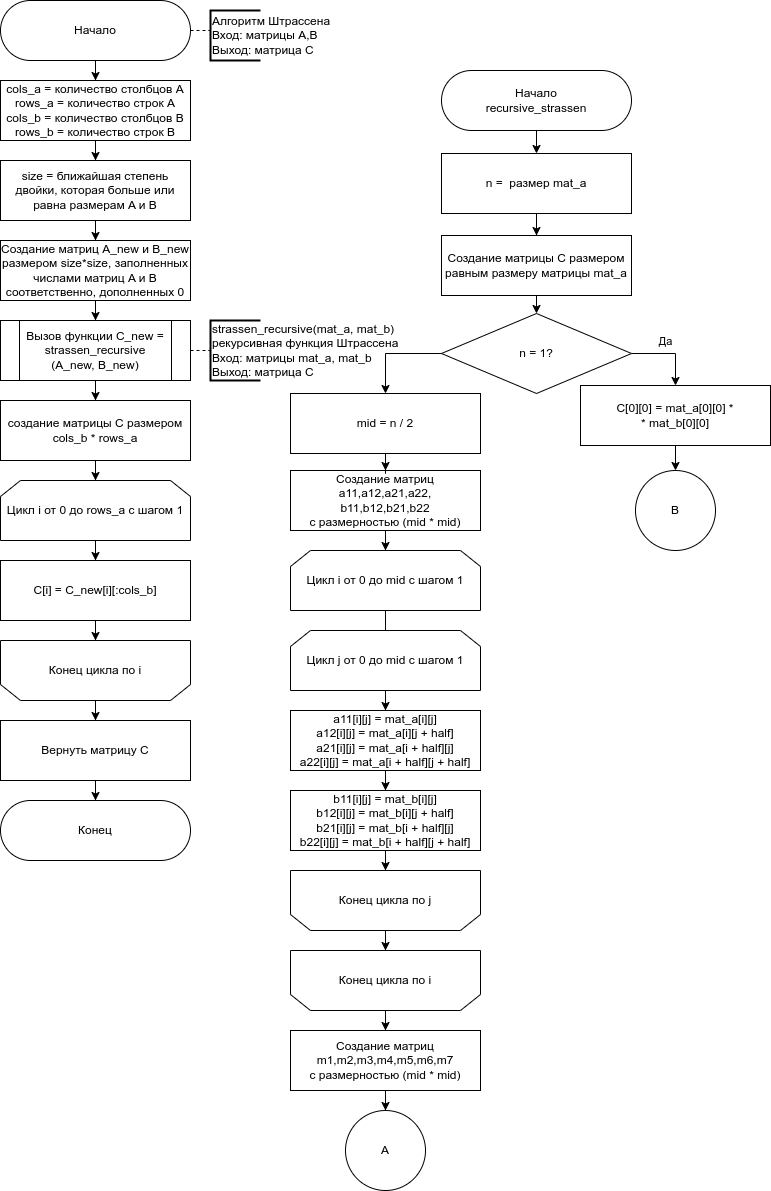
Before: lab_02/docs/img/strassen.png, a diagram exported from draw.io (Ananasiika/bmstu-aa). Source tidied: cells renumbered, new cells last; positions are measured from the earlier drawing's top-left corner, leaving out a move shared by most shapes.
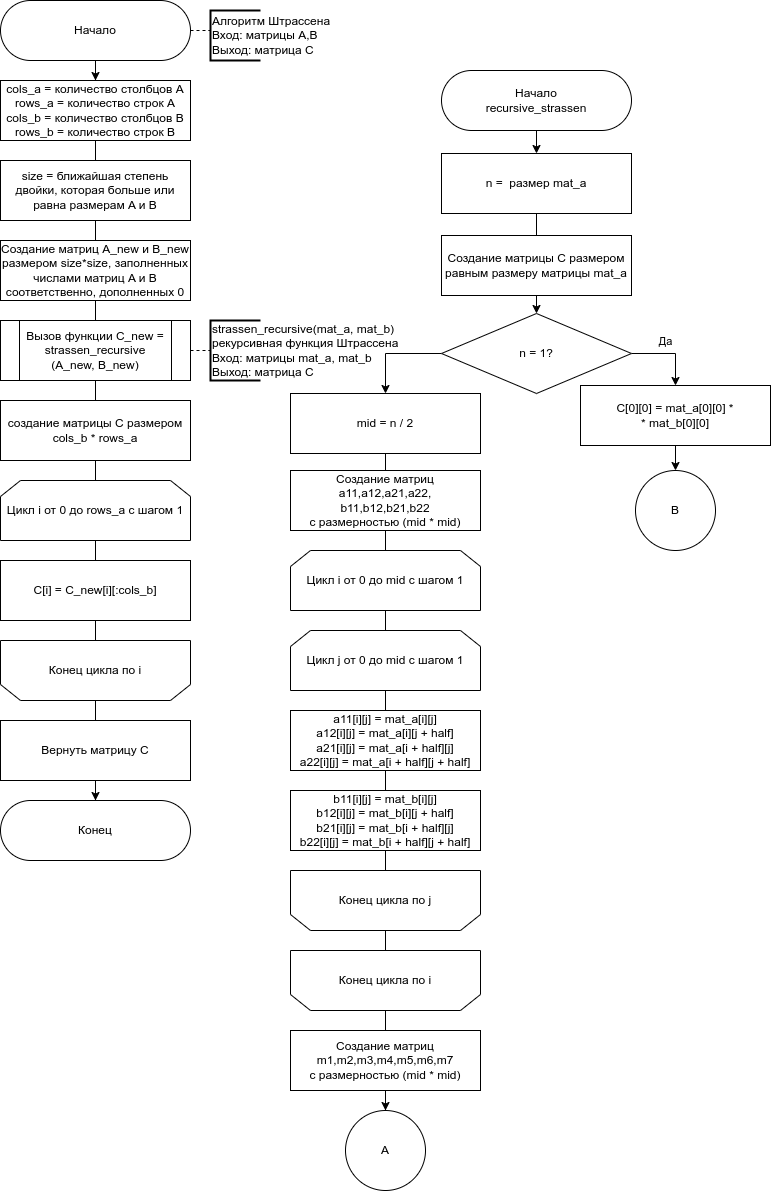
Above is the later version.

What changed in the source:
```diff
@@ -41,7 +41,7 @@
     <mxCell id="12" style="edgeStyle=orthogonalEdgeStyle;rounded=0;jettySize=auto;html=1;endArrow=none;endFill=0;" parent="1" edge="1" source="14" target="16">
       <mxGeometry relative="1" as="geometry" />
     </mxCell>
-    <mxCell id="13" style="edgeStyle=orthogonalEdgeStyle;rounded=0;jettySize=auto;html=1;exitX=0.5;exitY=1;exitDx=0;exitDy=0;" parent="1" edge="1" source="14" target="16">
+    <mxCell id="13" style="endArrow=none;html=1;rounded=0;" parent="1" edge="1" source="14" target="16">
       <mxGeometry relative="1" as="geometry" />
     </mxCell>
     <mxCell id="14" value="Создание матриц a11,a12,a21,a22,&lt;br&gt;b11,b12,b21,b22&lt;br&gt;с размерностью (mid * mid)" style="rounded=0;whiteSpace=wrap;html=1;" parent="1" vertex="1">
@@ -56,7 +56,7 @@
     <mxCell id="17" style="edgeStyle=orthogonalEdgeStyle;rounded=0;jettySize=auto;html=1;endArrow=none;endFill=0;" parent="1" edge="1" source="19" target="22">
       <mxGeometry relative="1" as="geometry" />
     </mxCell>
-    <mxCell id="18" style="edgeStyle=orthogonalEdgeStyle;rounded=0;jettySize=auto;html=1;exitX=0.5;exitY=1;exitDx=0;exitDy=0;" parent="1" edge="1" source="19" target="22">
+    <mxCell id="18" style="endArrow=none;html=1;rounded=0;" parent="1" edge="1" source="19" target="22">
       <mxGeometry relative="1" as="geometry" />
     </mxCell>
     <mxCell id="19" value="Цикл j от 0 до mid с шагом 1" style="shape=loopLimit;whiteSpace=wrap;html=1;flipH=0;flipV=0;" parent="1" vertex="1">
@@ -65,7 +65,7 @@
     <mxCell id="20" style="edgeStyle=orthogonalEdgeStyle;rounded=0;jettySize=auto;html=1;endArrow=none;endFill=0;" parent="1" edge="1" source="22" target="25">
       <mxGeometry relative="1" as="geometry" />
     </mxCell>
-    <mxCell id="21" style="edgeStyle=orthogonalEdgeStyle;rounded=0;jettySize=auto;html=1;exitX=0.5;exitY=1;exitDx=0;exitDy=0;" parent="1" edge="1" source="22" target="25">
+    <mxCell id="21" style="endArrow=none;html=1;rounded=0;" parent="1" edge="1" source="22" target="25">
       <mxGeometry relative="1" as="geometry" />
     </mxCell>
     <mxCell id="22" value="a11[i][j] = mat_a[i][j]&lt;br&gt;a12[i][j] = mat_a[i][j + half]&lt;br&gt;a21[i][j] = mat_a[i + half][j]&lt;br&gt;a22[i][j] = mat_a[i + half][j + half]" style="rounded=0;whiteSpace=wrap;html=1;" parent="1" vertex="1">
@@ -74,7 +74,7 @@
     <mxCell id="23" style="edgeStyle=orthogonalEdgeStyle;rounded=0;jettySize=auto;html=1;endArrow=none;endFill=0;" parent="1" edge="1" source="25" target="28">
       <mxGeometry relative="1" as="geometry" />
     </mxCell>
-    <mxCell id="24" style="edgeStyle=orthogonalEdgeStyle;rounded=0;jettySize=auto;html=1;exitX=0.5;exitY=1;exitDx=0;exitDy=0;" parent="1" edge="1" source="25" target="28">
+    <mxCell id="24" style="endArrow=none;html=1;rounded=0;" parent="1" edge="1" source="25" target="28">
       <mxGeometry relative="1" as="geometry" />
     </mxCell>
     <mxCell id="25" value="b11[i][j] = mat_b[i][j]&lt;br&gt;b12[i][j] = mat_b[i][j + half]&lt;br&gt;b21[i][j] = mat_b[i + half][j]&lt;br&gt;b22[i][j] = mat_b[i + half][j + half]" style="rounded=0;whiteSpace=wrap;html=1;" parent="1" vertex="1">
@@ -83,13 +83,13 @@
     <mxCell id="26" style="edgeStyle=orthogonalEdgeStyle;rounded=0;jettySize=auto;html=1;endArrow=none;endFill=0;" parent="1" edge="1" source="28" target="30">
       <mxGeometry relative="1" as="geometry" />
     </mxCell>
-    <mxCell id="27" style="edgeStyle=orthogonalEdgeStyle;rounded=0;jettySize=auto;html=1;exitX=0.5;exitY=1;exitDx=0;exitDy=0;" parent="1" edge="1" source="28" target="30">
+    <mxCell id="27" style="endArrow=none;html=1;rounded=0;" parent="1" edge="1" source="28" target="30">
       <mxGeometry relative="1" as="geometry" />
     </mxCell>
     <mxCell id="28" value="Конец цикла по j" style="shape=loopLimit;whiteSpace=wrap;html=1;flipH=0;flipV=1;" parent="1" vertex="1">
       <mxGeometry x="290" y="870" width="190" height="60" as="geometry" />
     </mxCell>
-    <mxCell id="29" style="edgeStyle=orthogonalEdgeStyle;rounded=0;jettySize=auto;html=1;exitX=0.5;exitY=1;exitDx=0;exitDy=0;" parent="1" edge="1" source="30" target="67">
+    <mxCell id="29" style="endArrow=none;html=1;rounded=0;" parent="1" edge="1" source="30" target="67">
       <mxGeometry relative="1" as="geometry" />
     </mxCell>
     <mxCell id="30" value="Конец цикла по i" style="shape=loopLimit;whiteSpace=wrap;html=1;flipH=0;flipV=1;" parent="1" vertex="1">
@@ -110,49 +110,49 @@
     <mxCell id="35" value="Конец" style="rounded=1;whiteSpace=wrap;html=1;arcSize=50;" parent="1" vertex="1">
       <mxGeometry y="800" width="190" height="60" as="geometry" />
     </mxCell>
-    <mxCell id="36" style="edgeStyle=orthogonalEdgeStyle;rounded=0;jettySize=auto;html=1;exitX=0.5;exitY=1;exitDx=0;exitDy=0;" parent="1" edge="1" source="37" target="39">
+    <mxCell id="36" style="endArrow=none;html=1;rounded=0;" parent="1" edge="1" source="37" target="39">
       <mxGeometry relative="1" as="geometry" />
     </mxCell>
     <mxCell id="37" value="cols_a = количество столбцов A&lt;br style=&quot;border-color: var(--border-color);&quot;&gt;&lt;span style=&quot;&quot;&gt;rows_a = количество строк A&lt;/span&gt;&lt;br style=&quot;border-color: var(--border-color);&quot;&gt;&lt;span style=&quot;&quot;&gt;cols_b = количество столбцов B&lt;br&gt;rows_b = количество строк B&lt;br&gt;&lt;/span&gt;" style="rounded=0;whiteSpace=wrap;html=1;" parent="1" vertex="1">
       <mxGeometry y="80" width="190" height="60" as="geometry" />
     </mxCell>
-    <mxCell id="38" style="edgeStyle=orthogonalEdgeStyle;rounded=0;jettySize=auto;html=1;exitX=0.5;exitY=1;exitDx=0;exitDy=0;" parent="1" edge="1" source="39" target="41">
+    <mxCell id="38" style="endArrow=none;html=1;rounded=0;" parent="1" edge="1" source="39" target="41">
       <mxGeometry relative="1" as="geometry" />
     </mxCell>
     <mxCell id="39" value="&lt;span style=&quot;&quot;&gt;size = ближайшая степень двойки, которая больше или равна размерам A и B&lt;br&gt;&lt;/span&gt;" style="rounded=0;whiteSpace=wrap;html=1;" parent="1" vertex="1">
       <mxGeometry y="160" width="190" height="60" as="geometry" />
     </mxCell>
-    <mxCell id="40" style="edgeStyle=orthogonalEdgeStyle;rounded=0;jettySize=auto;html=1;exitX=0.5;exitY=1;exitDx=0;exitDy=0;" parent="1" edge="1" source="41" target="43">
+    <mxCell id="40" style="endArrow=none;html=1;rounded=0;" parent="1" edge="1" source="41" target="43">
       <mxGeometry relative="1" as="geometry" />
     </mxCell>
     <mxCell id="41" value="&lt;span style=&quot;&quot;&gt;Создание матриц A_new и B_new размером size*size, заполненных числами матриц A и B соответственно, дополненных 0&lt;br&gt;&lt;/span&gt;" style="rounded=0;whiteSpace=wrap;html=1;" parent="1" vertex="1">
       <mxGeometry y="240" width="190" height="60" as="geometry" />
     </mxCell>
-    <mxCell id="42" style="edgeStyle=orthogonalEdgeStyle;rounded=0;jettySize=auto;html=1;exitX=0.5;exitY=1;exitDx=0;exitDy=0;" parent="1" edge="1" source="43" target="45">
+    <mxCell id="42" style="endArrow=none;html=1;rounded=0;" parent="1" edge="1" source="43" target="45">
       <mxGeometry relative="1" as="geometry" />
     </mxCell>
     <mxCell id="43" value="&lt;span style=&quot;&quot;&gt;Вызов рекурсивной функции C_new = strassen_recursive (A_new, B_new)&lt;br&gt;&lt;/span&gt;" style="rounded=0;whiteSpace=wrap;html=1;" parent="1" vertex="1">
       <mxGeometry y="320" width="190" height="60" as="geometry" />
     </mxCell>
-    <mxCell id="44" style="edgeStyle=orthogonalEdgeStyle;rounded=0;jettySize=auto;html=1;exitX=0.5;exitY=1;exitDx=0;exitDy=0;" parent="1" edge="1" source="45" target="47">
+    <mxCell id="44" style="endArrow=none;html=1;rounded=0;" parent="1" edge="1" source="45" target="47">
       <mxGeometry relative="1" as="geometry" />
     </mxCell>
     <mxCell id="45" value="&lt;span style=&quot;&quot;&gt;создание матрицы C размером cols_b * rows_a&lt;br&gt;&lt;/span&gt;" style="rounded=0;whiteSpace=wrap;html=1;" parent="1" vertex="1">
       <mxGeometry y="400" width="190" height="60" as="geometry" />
     </mxCell>
-    <mxCell id="46" style="edgeStyle=orthogonalEdgeStyle;rounded=0;jettySize=auto;html=1;exitX=0.5;exitY=1;exitDx=0;exitDy=0;" parent="1" edge="1" source="47" target="49">
+    <mxCell id="46" style="endArrow=none;html=1;rounded=0;" parent="1" edge="1" source="47" target="49">
       <mxGeometry relative="1" as="geometry" />
     </mxCell>
     <mxCell id="47" value="Цикл i от 0 до rows_a с шагом 1" style="shape=loopLimit;whiteSpace=wrap;html=1;flipH=0;flipV=0;" parent="1" vertex="1">
       <mxGeometry y="480" width="190" height="60" as="geometry" />
     </mxCell>
-    <mxCell id="48" style="edgeStyle=orthogonalEdgeStyle;rounded=0;jettySize=auto;html=1;exitX=0.5;exitY=1;exitDx=0;exitDy=0;" parent="1" edge="1" source="49" target="51">
+    <mxCell id="48" style="endArrow=none;html=1;rounded=0;" parent="1" edge="1" source="49" target="51">
       <mxGeometry relative="1" as="geometry" />
     </mxCell>
     <mxCell id="49" value="&lt;span style=&quot;&quot;&gt;C[i] = C_new[i][:cols_b]&lt;br&gt;&lt;/span&gt;" style="rounded=0;whiteSpace=wrap;html=1;" parent="1" vertex="1">
       <mxGeometry y="560" width="190" height="60" as="geometry" />
     </mxCell>
-    <mxCell id="50" style="edgeStyle=orthogonalEdgeStyle;rounded=0;jettySize=auto;html=1;exitX=0.5;exitY=1;exitDx=0;exitDy=0;" parent="1" edge="1" source="51" target="53">
+    <mxCell id="50" style="endArrow=none;html=1;rounded=0;" parent="1" edge="1" source="51" target="53">
       <mxGeometry relative="1" as="geometry" />
     </mxCell>
     <mxCell id="51" value="Конец цикла по i" style="shape=loopLimit;whiteSpace=wrap;html=1;flipH=0;flipV=1;" parent="1" vertex="1">
@@ -188,7 +188,7 @@
     <mxCell id="60" style="edgeStyle=orthogonalEdgeStyle;rounded=0;jettySize=auto;html=1;exitX=0.5;exitY=1;exitDx=0;exitDy=0;" parent="1" edge="1" source="62" target="11">
       <mxGeometry relative="1" as="geometry" />
     </mxCell>
-    <mxCell id="61" style="edgeStyle=orthogonalEdgeStyle;rounded=0;jettySize=auto;html=1;exitX=0.5;exitY=1;exitDx=0;exitDy=0;entryX=0.5;entryY=0;entryDx=0;entryDy=0;" parent="1" edge="1" source="62" target="63">
+    <mxCell id="61" style="endArrow=none;html=1;rounded=0;" parent="1" edge="1" source="62" target="63">
       <mxGeometry relative="1" as="geometry" />
     </mxCell>
     <mxCell id="62" value="&lt;span style=&quot;&quot;&gt;n =&amp;nbsp; размер mat_a&lt;br&gt;&lt;/span&gt;" style="rounded=0;whiteSpace=wrap;html=1;" parent="1" vertex="1">
@@ -197,7 +197,7 @@
     <mxCell id="63" value="&lt;span style=&quot;&quot;&gt;Создание матрицы C размером равным размеру матрицы mat_a&lt;br&gt;&lt;/span&gt;" style="rounded=0;whiteSpace=wrap;html=1;" parent="1" vertex="1">
       <mxGeometry x="441" y="235" width="190" height="60" as="geometry" />
     </mxCell>
-    <mxCell id="64" style="edgeStyle=orthogonalEdgeStyle;rounded=0;jettySize=auto;html=1;exitX=0.5;exitY=1;exitDx=0;exitDy=0;" parent="1" edge="1" source="65" target="14">
+    <mxCell id="64" style="endArrow=none;html=1;rounded=0;" parent="1" edge="1" source="65" target="14">
       <mxGeometry relative="1" as="geometry" />
     </mxCell>
     <mxCell id="65" value="mid = n / 2" style="rounded=0;whiteSpace=wrap;html=1;" parent="1" vertex="1">
```
